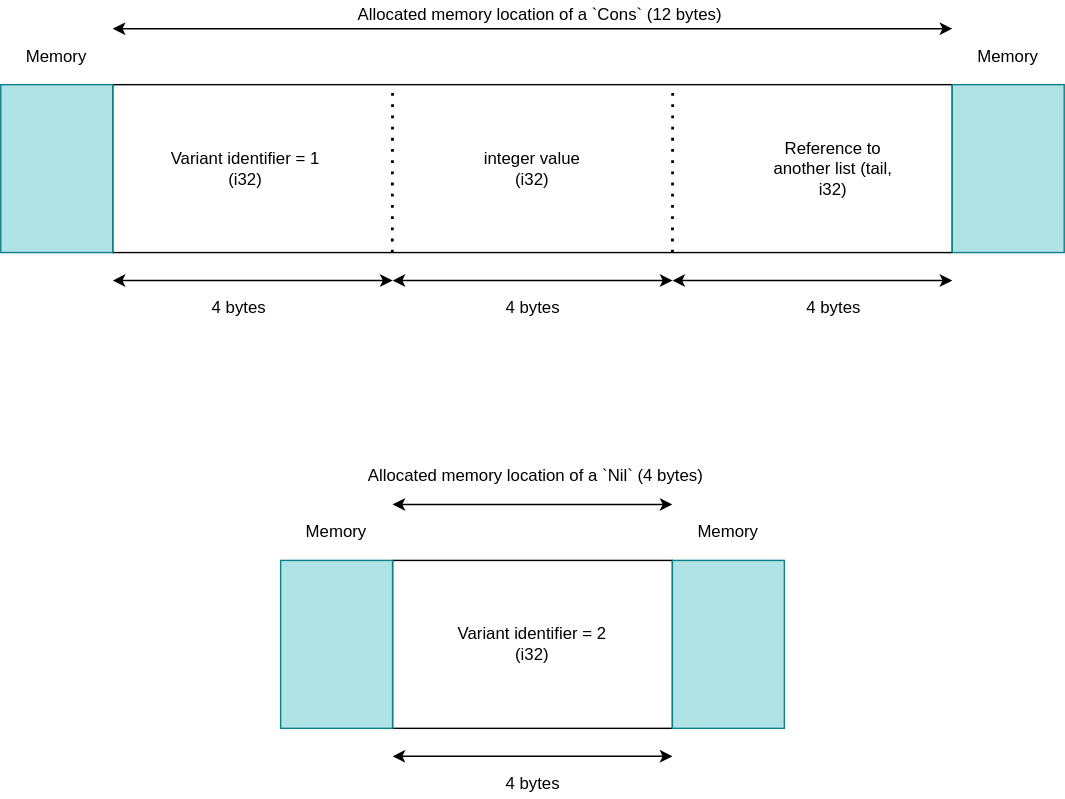
Before: docs/img/memory_example_list.svg, a diagram exported from draw.io (balacij/CS6TB3-Final-Project). Source tidied: cells renumbered, new cells last; positions are measured from the earlier drawing's top-left corner, leaving out a move shared by most shapes.
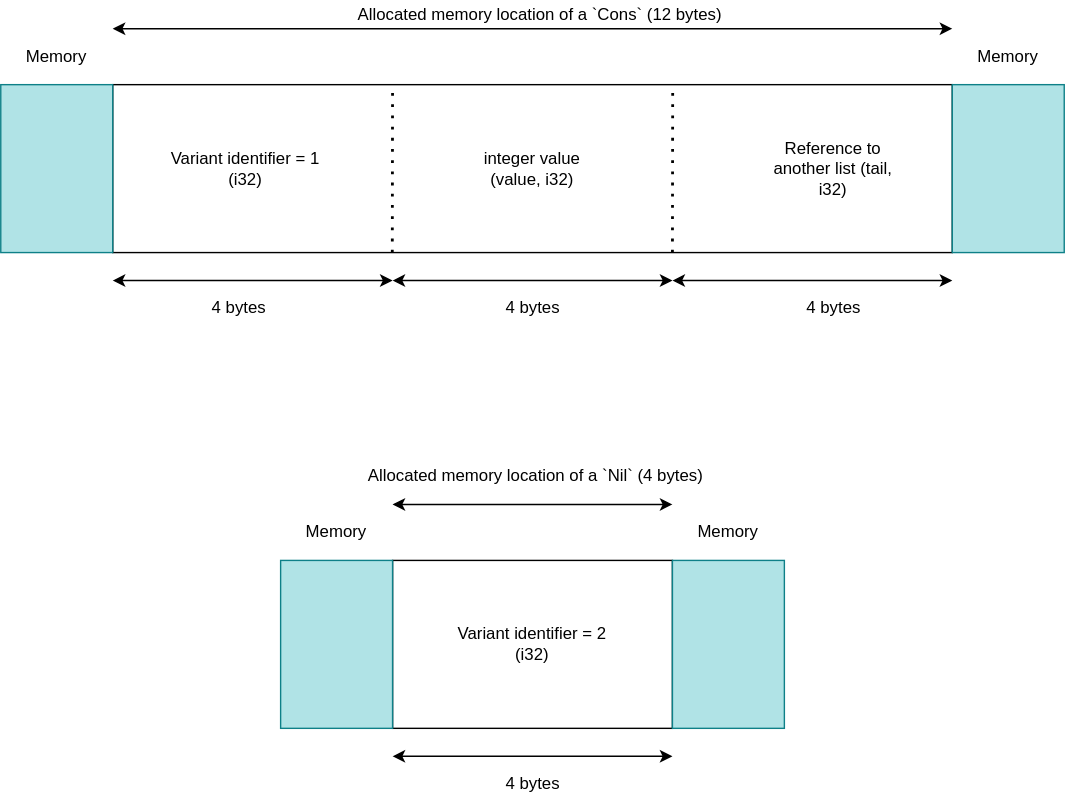
After the change.

Commit message:
update list example

The edit, as a diff of the source:
```diff
@@ -92,7 +92,7 @@
     <mxCell id="25" value="4 bytes" style="text;html=1;align=center;verticalAlign=middle;strokeColor=none;" parent="1" vertex="1">
       <mxGeometry x="570" y="210" width="50" height="20" as="geometry" />
     </mxCell>
-    <mxCell id="26" value="integer value&lt;br&gt;(i32)" style="text;html=1;strokeColor=none;fillColor=none;align=center;verticalAlign=middle;whiteSpace=wrap;rounded=0;" parent="1" vertex="1">
+    <mxCell id="26" value="integer value&lt;br&gt;(value, i32)" style="text;html=1;strokeColor=none;fillColor=none;align=center;verticalAlign=middle;whiteSpace=wrap;rounded=0;" parent="1" vertex="1">
       <mxGeometry x="330" y="90" width="100" height="60" as="geometry" />
     </mxCell>
     <mxCell id="27" value="Reference to another list (tail, i32)" style="text;html=1;strokeColor=none;fillColor=none;align=center;verticalAlign=middle;whiteSpace=wrap;rounded=0;" parent="1" vertex="1">
```
